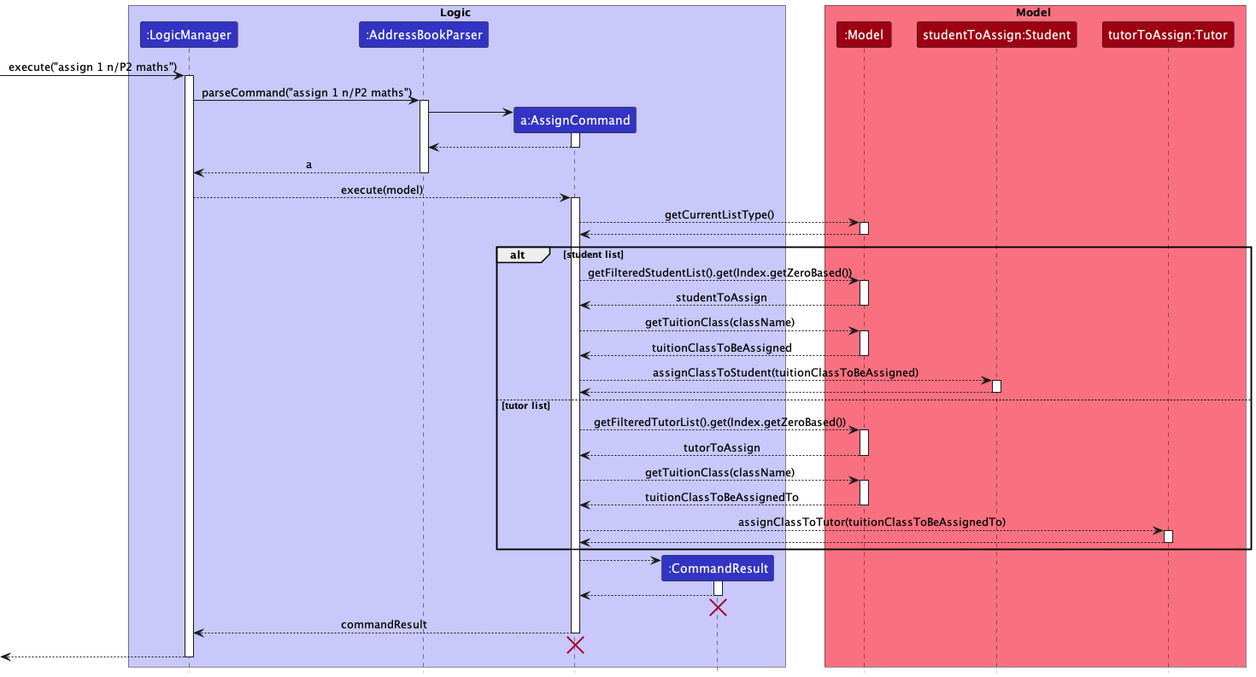
Earlier version of the PlantUML export docs/images/AssignSequenceDiagram.png (nus-cs2103-AY2223S1/tp).
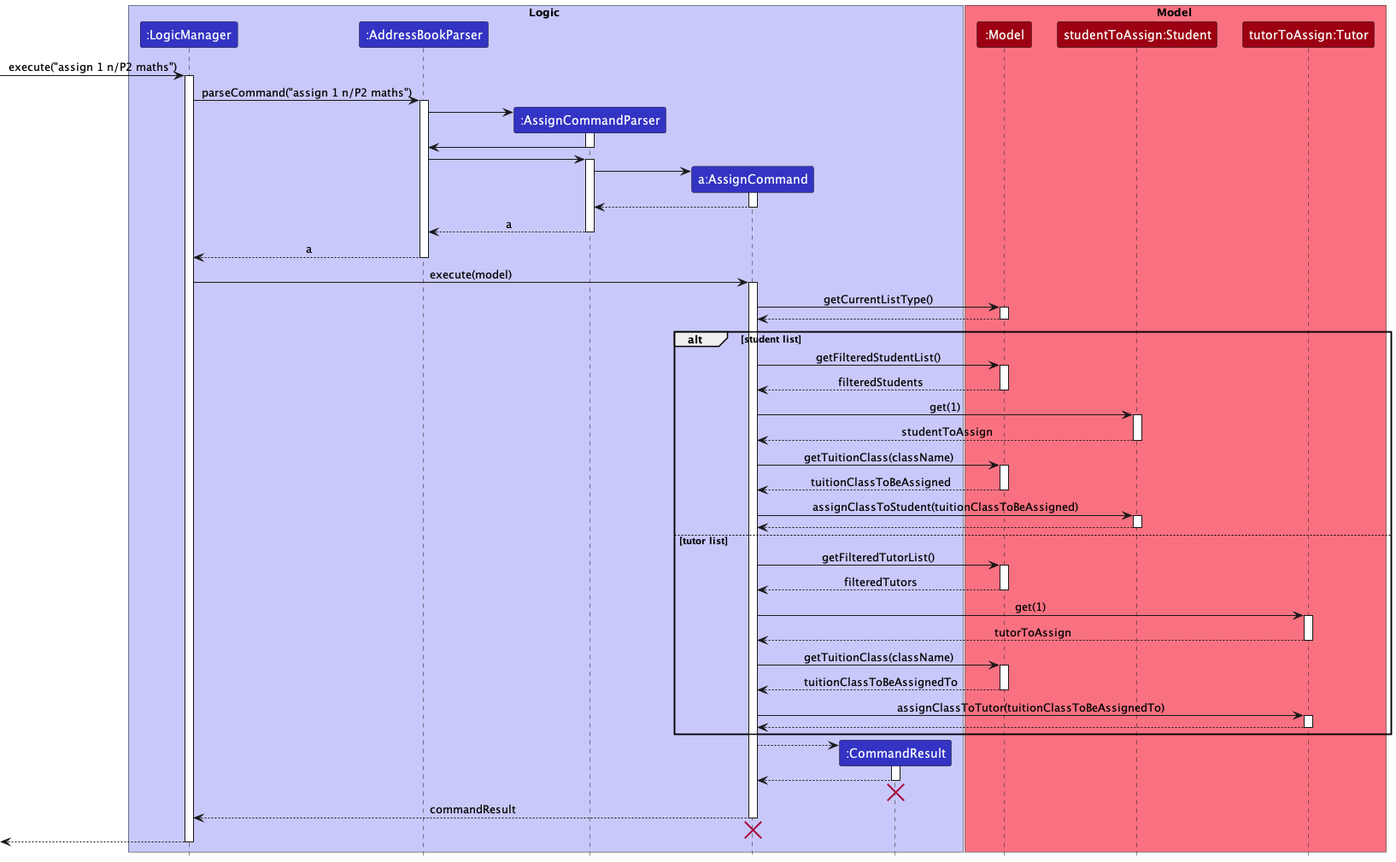
The same file after the commit.

Commit message:
Fix error in assign command sequence diagram

Change to the diagram source:
```diff
@@ -5,6 +5,7 @@
 box Logic LOGIC_COLOR_T1
 participant ":LogicManager" as LogicManager LOGIC_COLOR
 participant ":AddressBookParser" as AddressBookParser LOGIC_COLOR
+participant ":AssignCommandParser" as AssignCommandParser LOGIC_COLOR
 participant "a:AssignCommand" as AssignCommand LOGIC_COLOR
 participant ":CommandResult" as CommandResult LOGIC_COLOR
 end box
@@ -21,20 +22,33 @@
 LogicManager -> AddressBookParser : parseCommand("assign 1 n/P2 maths")
 activate AddressBookParser
 
+create AssignCommandParser
+AddressBookParser -> AssignCommandParser
+activate AssignCommandParser
+
+AssignCommandParser -> AddressBookParser
+deactivate AssignCommandParser
+
+AddressBookParser -> AssignCommandParser
+activate AssignCommandParser
+
 create AssignCommand
-AddressBookParser -> AssignCommand
+AssignCommandParser -> AssignCommand
 activate AssignCommand
 
-AssignCommand --> AddressBookParser
+AssignCommand --> AssignCommandParser
 deactivate AssignCommand
+
+AssignCommandParser --> AddressBookParser : a
+deactivate AssignCommandParser
 
 AddressBookParser --> LogicManager : a
 deactivate AddressBookParser
 
-LogicManager --> AssignCommand : execute(model)
+LogicManager -> AssignCommand : execute(model)
 activate AssignCommand
 
-AssignCommand --> Model : getCurrentListType()
+AssignCommand -> Model : getCurrentListType()
 activate Model
 
 Model --> AssignCommand
@@ -42,19 +56,25 @@
 
 alt student list
 
-AssignCommand --> Model : getFilteredStudentList().get(Index.getZeroBased())
+AssignCommand -> Model : getFilteredStudentList()
 activate Model
 
-Model --> AssignCommand : studentToAssign
+Model --> AssignCommand : filteredStudents
 deactivate Model
 
-AssignCommand --> Model : getTuitionClass(className)
+AssignCommand -> StudentToAssign : get(1)
+activate StudentToAssign
+
+StudentToAssign --> AssignCommand : studentToAssign
+deactivate StudentToAssign
+
+AssignCommand -> Model : getTuitionClass(className)
 activate Model
 
 Model --> AssignCommand : tuitionClassToBeAssigned
 deactivate Model
 
-AssignCommand --> StudentToAssign : assignClassToStudent(tuitionClassToBeAssigned)
+AssignCommand -> StudentToAssign : assignClassToStudent(tuitionClassToBeAssigned)
 activate StudentToAssign
 
 StudentToAssign --> AssignCommand
@@ -62,19 +82,25 @@
 
 else tutor list
 
-AssignCommand --> Model : getFilteredTutorList().get(Index.getZeroBased())
+AssignCommand -> Model : getFilteredTutorList()
 activate Model
 
-Model --> AssignCommand : tutorToAssign
+Model --> AssignCommand : filteredTutors
 deactivate Model
 
-AssignCommand --> Model : getTuitionClass(className)
+AssignCommand -> TutorToAssign : get(1)
+activate TutorToAssign
+
+TutorToAssign --> AssignCommand : tutorToAssign
+deactivate TutorToAssign
+
+AssignCommand -> Model : getTuitionClass(className)
 activate Model
 
 Model --> AssignCommand : tuitionClassToBeAssignedTo
 deactivate Model
 
-AssignCommand --> TutorToAssign : assignClassToTutor(tuitionClassToBeAssignedTo)
+AssignCommand -> TutorToAssign : assignClassToTutor(tuitionClassToBeAssignedTo)
 activate TutorToAssign
 
 TutorToAssign --> AssignCommand
```
